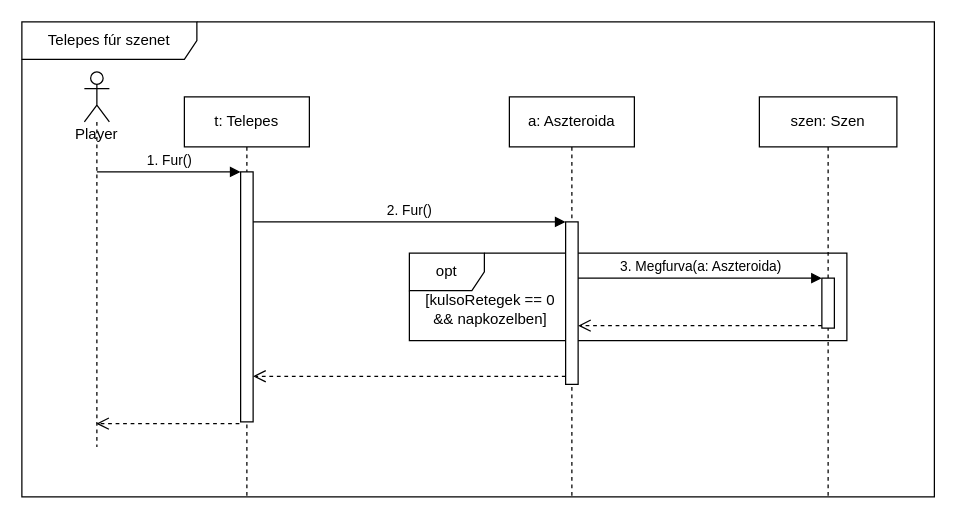
torpeBoiGo/aszteroidabanyaszat keeps this draw.io diagram as page "Szen" (5 of 5) of doc/szekvencia/szek_TelepesFur.drawio. Above is the earlier version. Source tidied: cells renumbered, new cells numbered last; positions are measured from the earlier drawing's top-left corner, leaving out a move shared by most shapes. Both pictures are drawn from the tidied source at 125%, with x=0, y=0 at pixel (21, 21).
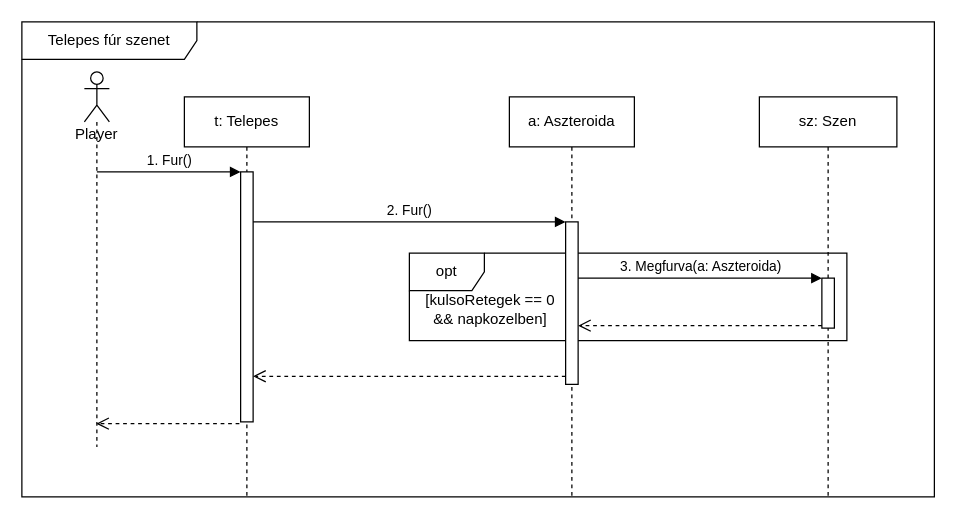
Above is the later version.

The edit, as a diff of the source:
```diff
@@
 <mxGraphModel>
   <root>
     <mxCell id="0" />
     <mxCell id="1" parent="0" />
     <mxCell id="2" value="Telepes fúr szenet" style="shape=umlFrame;whiteSpace=wrap;html=1;width=140;height=30;" parent="1" vertex="1">
       <mxGeometry width="730" height="380" as="geometry" />
     </mxCell>
     <mxCell id="3" value="opt" style="shape=umlFrame;whiteSpace=wrap;html=1;" parent="1" vertex="1">
       <mxGeometry x="310" y="185" width="350" height="70" as="geometry" />
     </mxCell>
     <mxCell id="4" value="t: Telepes" style="shape=umlLifeline;perimeter=lifelinePerimeter;whiteSpace=wrap;html=1;" parent="1" vertex="1">
       <mxGeometry x="130" y="60" width="100" height="320" as="geometry" />
     </mxCell>
     <mxCell id="5" style="html=1;points=[];perimeter=orthogonalPerimeter;" parent="4" vertex="1">
       <mxGeometry x="45" y="60" width="10" height="200" as="geometry" />
     </mxCell>
     <mxCell id="6" value="1. Fur()" style="html=1;verticalAlign=bottom;endArrow=block;entryX=0;entryY=0;" parent="4" edge="1" target="5">
       <mxGeometry relative="1" as="geometry">
         <mxPoint x="-70" y="60" as="sourcePoint" />
       </mxGeometry>
     </mxCell>
     <mxCell id="7" value="a: Aszteroida" style="shape=umlLifeline;perimeter=lifelinePerimeter;whiteSpace=wrap;html=1;" parent="1" vertex="1">
       <mxGeometry x="390" y="60" width="100" height="320" as="geometry" />
     </mxCell>
     <mxCell id="8" style="html=1;points=[];perimeter=orthogonalPerimeter;" parent="7" vertex="1">
       <mxGeometry x="45" y="100" width="10" height="130" as="geometry" />
     </mxCell>
     <mxCell id="9" value="2. Fur()" style="html=1;verticalAlign=bottom;endArrow=block;entryX=0;entryY=0;" parent="1" edge="1" source="5" target="8">
       <mxGeometry relative="1" as="geometry" />
     </mxCell>
     <mxCell id="10" style="html=1;verticalAlign=bottom;endArrow=open;dashed=1;endSize=8;exitX=0;exitY=0.95;" parent="1" edge="1" source="8" target="5">
       <mxGeometry x="0.02" y="54" relative="1" as="geometry" />
     </mxCell>
-    <mxCell id="11" value="szen: Szen" style="shape=umlLifeline;perimeter=lifelinePerimeter;whiteSpace=wrap;html=1;" parent="1" vertex="1">
+    <mxCell id="11" value="sz: Szen" style="shape=umlLifeline;perimeter=lifelinePerimeter;whiteSpace=wrap;html=1;" parent="1" vertex="1">
       <mxGeometry x="590" y="60" width="110" height="320" as="geometry" />
     </mxCell>
     <mxCell id="12" style="html=1;points=[];perimeter=orthogonalPerimeter;" parent="11" vertex="1">
       <mxGeometry x="50" y="145" width="10" height="40" as="geometry" />
     </mxCell>
     <mxCell id="13" value="3. Megfurva(a: Aszteroida)" style="html=1;verticalAlign=bottom;endArrow=block;entryX=0;entryY=0;" parent="1" edge="1" source="8" target="12">
       <mxGeometry relative="1" as="geometry" />
     </mxCell>
     <mxCell id="14" style="html=1;verticalAlign=bottom;endArrow=open;dashed=1;endSize=8;exitX=0;exitY=0.95;" parent="1" edge="1" source="12" target="8">
       <mxGeometry x="-0.09" y="52" relative="1" as="geometry" />
     </mxCell>
     <mxCell id="15" value="[kulsoRetegek == 0 &amp;amp;&amp;amp; napkozelben]" style="text;html=1;strokeColor=none;fillColor=none;align=center;verticalAlign=middle;whiteSpace=wrap;rounded=0;" parent="1" vertex="1">
       <mxGeometry x="320" y="220" width="110" height="20" as="geometry" />
     </mxCell>
     <mxCell id="16" value="Player" style="shape=umlLifeline;participant=umlActor;perimeter=lifelinePerimeter;whiteSpace=wrap;html=1;verticalAlign=top;spacingTop=36;outlineConnect=0;" parent="1" vertex="1">
       <mxGeometry x="50" y="40" width="20" height="300" as="geometry" />
     </mxCell>
     <mxCell id="17" style="html=1;verticalAlign=bottom;endArrow=open;dashed=1;endSize=8;exitX=-0.1;exitY=1.007;exitDx=0;exitDy=0;exitPerimeter=0;" parent="1" edge="1" source="5" target="16">
       <mxGeometry x="0.24" y="77" relative="1" as="geometry" />
     </mxCell>
   </root>
 </mxGraphModel>
```
